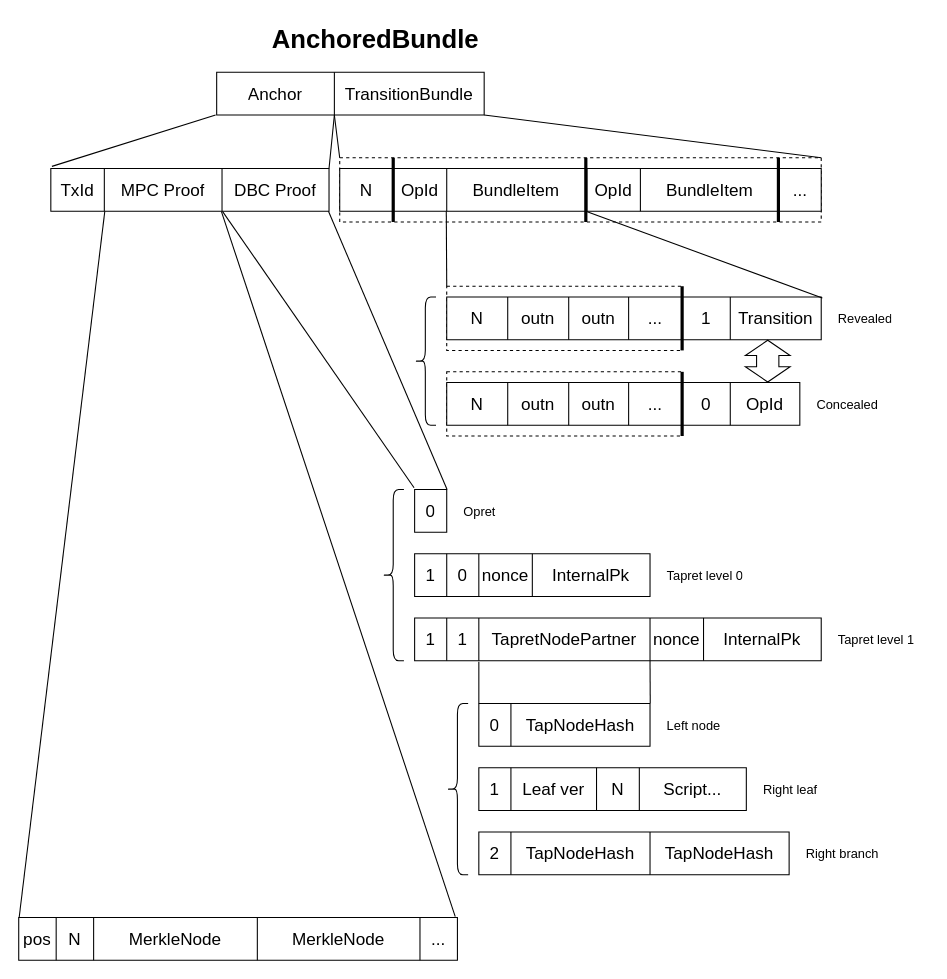
dr-orlovsky/notes keeps this draw.io diagram as page "AnchoredBundle" (1 of 2) of Untitled Diagram.drawio. Above is the earlier version. Source tidied: cells renumbered, new cells numbered last; positions are measured from the earlier drawing's top-left corner, leaving out a move shared by most shapes. Both pictures are drawn from the tidied source at 107%, with x=0, y=0 at pixel (18, 18).
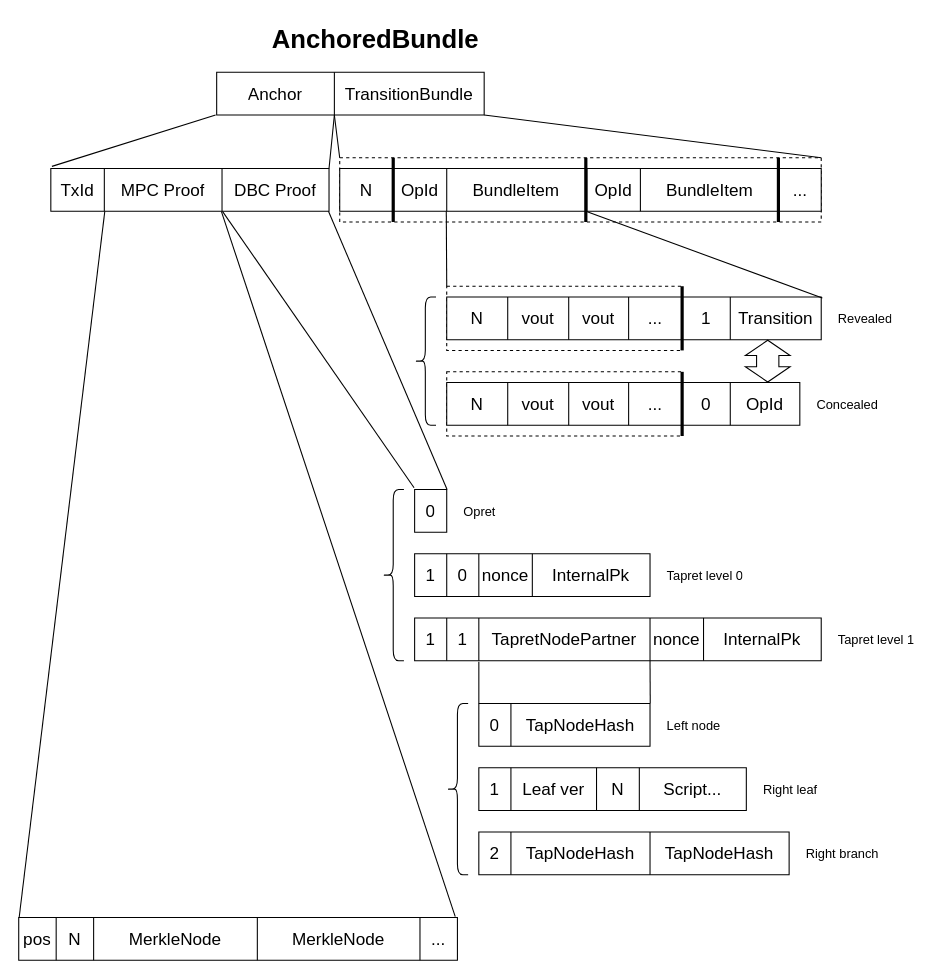
Above is the later version.

The change refers to these unchanged cells:
```xml
<mxCell id="17" style="shape=tableRow;horizontal=0;startSize=0;swimlaneHead=0;swimlaneBody=0;strokeColor=inherit;top=0;left=0;bottom=0;right=0;fillColor=none;points=[[0,0.5],[1,0.5]];portConstraint=eastwest;fontSize=16;" parent="16" vertex="1">
  <mxGeometry width="350" height="40" as="geometry" />
</mxCell>
<mxCell id="51" style="shape=tableRow;horizontal=0;startSize=0;swimlaneHead=0;swimlaneBody=0;strokeColor=inherit;top=0;left=0;bottom=0;right=0;fillColor=none;fontSize=16;" parent="50" vertex="1">
  <mxGeometry width="330" height="40" as="geometry" />
</mxCell>
```

The edit, as a diff of the source:
```diff
@@
-    <mxCell id="19" value="outn" style="shape=partialRectangle;html=1;whiteSpace=wrap;strokeColor=inherit;overflow=hidden;fillColor=none;top=0;left=0;bottom=0;right=0;fontSize=16;" parent="17" vertex="1">
+    <mxCell id="19" value="vout" style="shape=partialRectangle;html=1;whiteSpace=wrap;strokeColor=inherit;overflow=hidden;fillColor=none;top=0;left=0;bottom=0;right=0;fontSize=16;" parent="17" vertex="1">
       <mxGeometry x="57" width="57" height="40" as="geometry" />
     </mxCell>
-    <mxCell id="20" value="outn" style="shape=partialRectangle;html=1;whiteSpace=wrap;strokeColor=inherit;overflow=hidden;fillColor=none;top=0;left=0;bottom=0;right=0;fontSize=16;" parent="17" vertex="1">
+    <mxCell id="20" value="vout" style="shape=partialRectangle;html=1;whiteSpace=wrap;strokeColor=inherit;overflow=hidden;fillColor=none;top=0;left=0;bottom=0;right=0;fontSize=16;" parent="17" vertex="1">
       <mxGeometry x="114" width="56" height="40" as="geometry" />
     </mxCell>
@@
-    <mxCell id="53" value="outn" style="shape=partialRectangle;html=1;whiteSpace=wrap;strokeColor=inherit;overflow=hidden;fillColor=none;top=0;left=0;bottom=0;right=0;fontSize=16;" parent="51" vertex="1">
+    <mxCell id="53" value="vout" style="shape=partialRectangle;html=1;whiteSpace=wrap;strokeColor=inherit;overflow=hidden;fillColor=none;top=0;left=0;bottom=0;right=0;fontSize=16;" parent="51" vertex="1">
       <mxGeometry x="57" width="57" height="40" as="geometry" />
     </mxCell>
-    <mxCell id="54" value="outn" style="shape=partialRectangle;html=1;whiteSpace=wrap;strokeColor=inherit;overflow=hidden;fillColor=none;top=0;left=0;bottom=0;right=0;fontSize=16;" parent="51" vertex="1">
+    <mxCell id="54" value="vout" style="shape=partialRectangle;html=1;whiteSpace=wrap;strokeColor=inherit;overflow=hidden;fillColor=none;top=0;left=0;bottom=0;right=0;fontSize=16;" parent="51" vertex="1">
       <mxGeometry x="114" width="56" height="40" as="geometry" />
     </mxCell>
```
